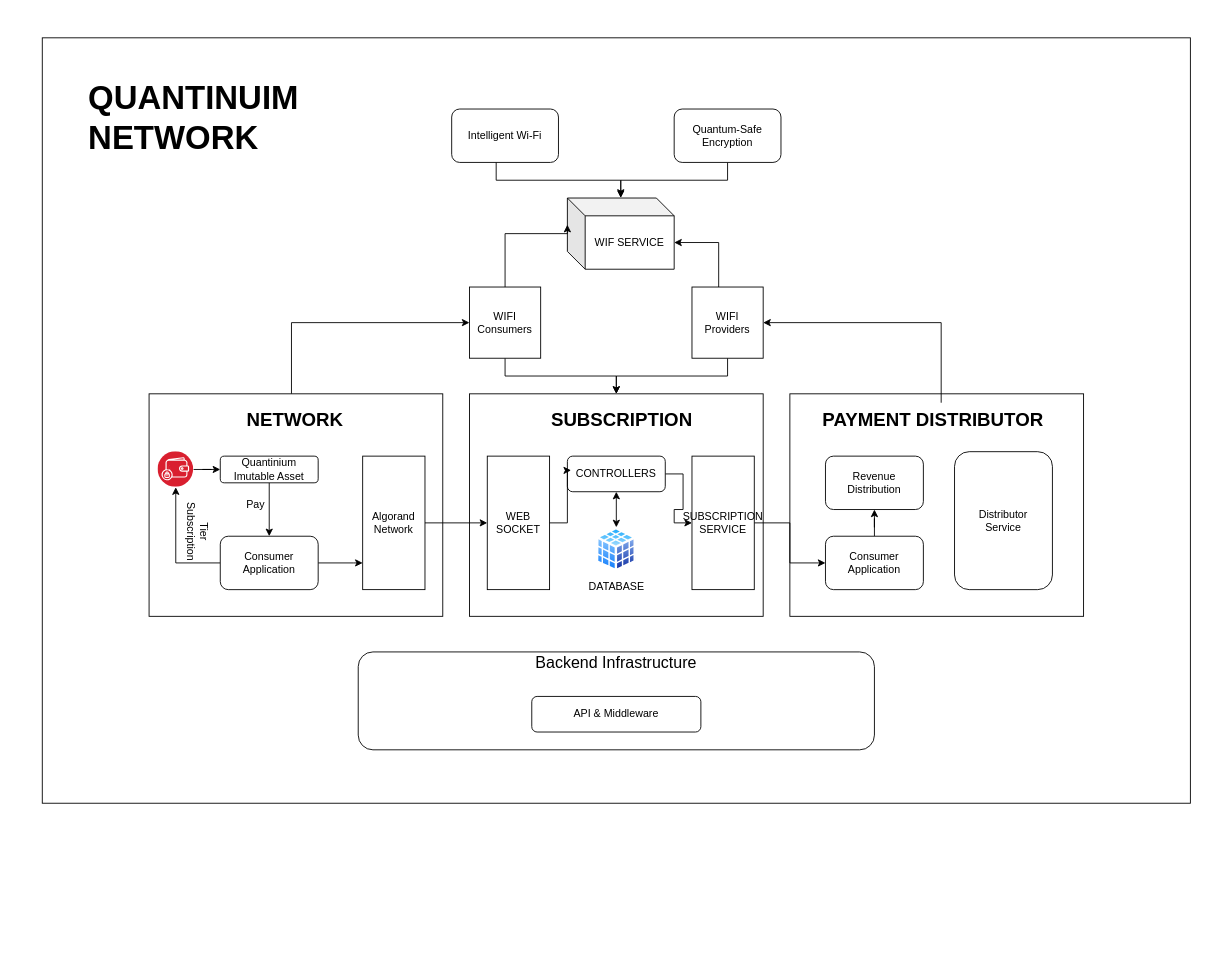
The draw.io diagram quantinium.drawio in ali-05-ahmed/Concept-Diagrams, before the edit. Source tidied: cells renumbered, new cells numbered last; positions are measured from the earlier drawing's top-left corner, leaving out a move shared by most shapes. Both pictures are drawn from the tidied source at 89%, with x=0, y=0 at pixel (42, 37).
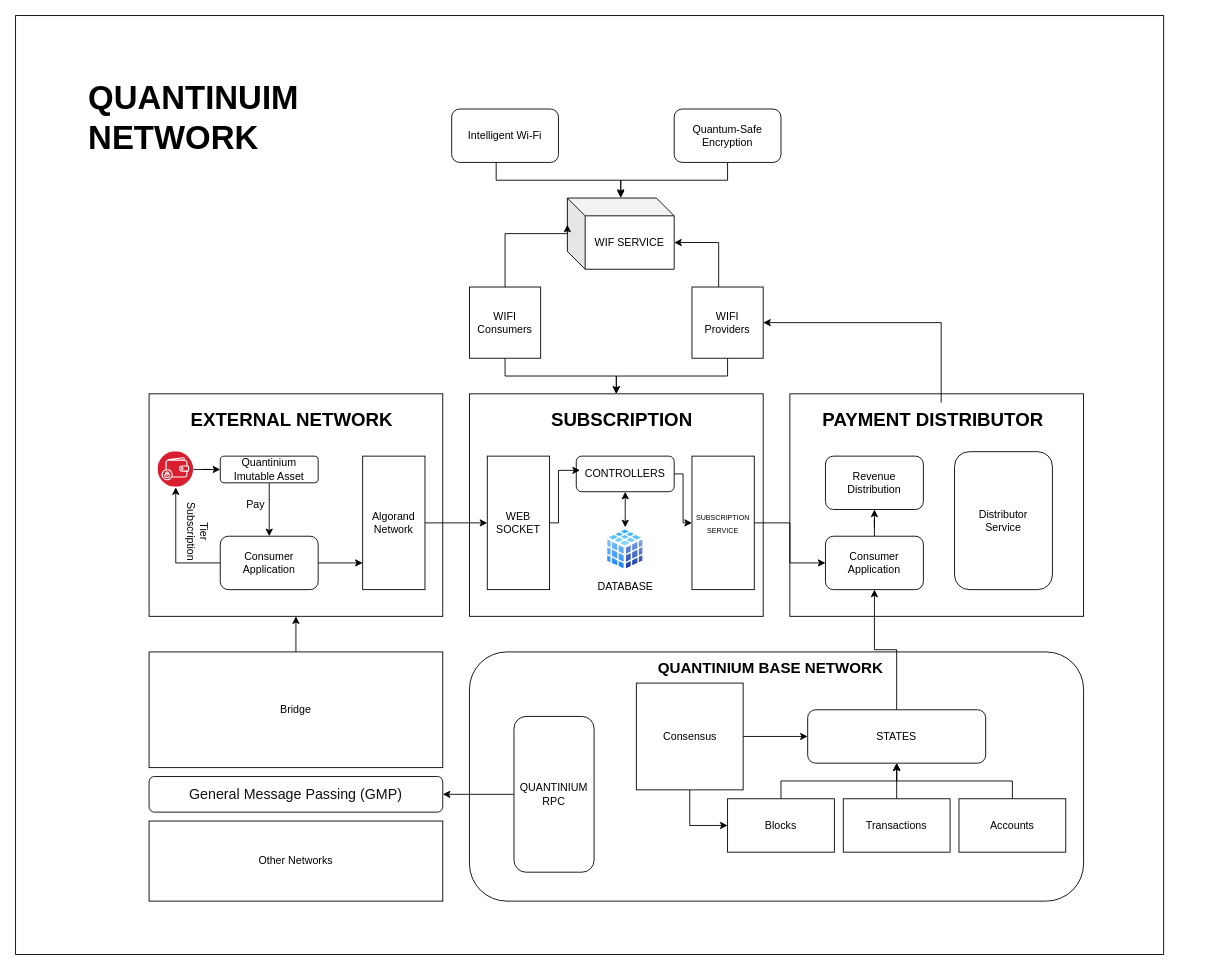
After the change.

Unchanged cells that the change refers to:
```xml
<mxCell id="11" value="WIFI&lt;br&gt;Consumers" style="whiteSpace=wrap;html=1;" parent="1" vertex="1">
  <mxGeometry x="480" y="280" width="80" height="80" as="geometry" />
</mxCell>
<mxCell id="15" style="rounded=0;whiteSpace=wrap;html=1;" parent="1" vertex="1">
  <mxGeometry x="120" y="400" width="330" height="250" as="geometry" />
</mxCell>
<mxCell id="33" value="WEB&lt;br&gt;SOCKET" style="rounded=0;whiteSpace=wrap;html=1;" parent="1" vertex="1">
  <mxGeometry x="500" y="470" width="70" height="150" as="geometry" />
</mxCell>
<mxCell id="42" value="Consumer Application" style="rounded=1;whiteSpace=wrap;html=1;" parent="1" vertex="1">
  <mxGeometry x="880" y="560" width="110" height="60" as="geometry" />
</mxCell>
```

The edit, as a diff of the source:
```diff
@@
     <mxCell id="2" style="rounded=0;whiteSpace=wrap;html=1;" parent="1" vertex="1">
-      <mxGeometry width="1290" height="860" as="geometry" />
+      <mxGeometry x="-30" y="-25" width="1290" height="1055" as="geometry" />
     </mxCell>
@@
-    <mxCell id="14" style="edgeStyle=orthogonalEdgeStyle;rounded=0;jettySize=auto;html=1;entryX=0;entryY=0.5;entryDx=0;entryDy=0;" parent="1" edge="1" source="15" target="11">
-      <mxGeometry relative="1" as="geometry">
-        <Array as="points">
-          <mxPoint x="280" y="320" />
-        </Array>
-      </mxGeometry>
-    </mxCell>
@@
-    <mxCell id="16" value="&lt;h1 style=&quot;margin-top: 0px; font-size: 21px;&quot;&gt;NETWORK&lt;/h1&gt;" style="text;html=1;whiteSpace=wrap;overflow=hidden;rounded=0;" parent="1" vertex="1">
-      <mxGeometry x="227.5" y="410" width="115" height="40" as="geometry" />
+    <mxCell id="16" value="&lt;h1 style=&quot;margin-top: 0px; font-size: 21px;&quot;&gt;EXTERNAL NETWORK&lt;/h1&gt;" style="text;html=1;whiteSpace=wrap;overflow=hidden;rounded=0;" parent="1" vertex="1">
+      <mxGeometry x="165" y="410" width="240" height="40" as="geometry" />
     </mxCell>
@@
     <mxCell id="34" value="DATABASE" style="image;perimeter=ellipsePerimeter;html=1;align=center;shadow=0;dashed=0;spacingTop=3;image=img/lib/active_directory/database_cube.svg;" parent="1" vertex="1">
-      <mxGeometry x="622.5" y="550" width="45" height="50" as="geometry" />
+      <mxGeometry x="632.5" y="550" width="45" height="50" as="geometry" />
     </mxCell>
@@
     <mxCell id="36" style="edgeStyle=orthogonalEdgeStyle;rounded=0;jettySize=auto;html=1;" parent="1" edge="1" source="37" target="39">
-      <mxGeometry relative="1" as="geometry" />
+      <mxGeometry relative="1" as="geometry">
+        <Array as="points">
+          <mxPoint x="720" y="490" />
+          <mxPoint x="720" y="545" />
+        </Array>
+      </mxGeometry>
     </mxCell>
     <mxCell id="37" value="CONTROLLERS" style="rounded=1;whiteSpace=wrap;html=1;" parent="1" vertex="1">
-      <mxGeometry x="590" y="470" width="110" height="40" as="geometry" />
+      <mxGeometry x="600" y="470" width="110" height="40" as="geometry" />
     </mxCell>
@@
-    <mxCell id="39" value="SUBSCRIPTION SERVICE" style="rounded=0;whiteSpace=wrap;html=1;" parent="1" vertex="1">
+    <mxCell id="39" value="&lt;font style=&quot;font-size: 8px;&quot;&gt;SUBSCRIPTION SERVICE&lt;/font&gt;" style="rounded=0;whiteSpace=wrap;html=1;" parent="1" vertex="1">
       <mxGeometry x="730" y="470" width="70" height="150" as="geometry" />
     </mxCell>
     <mxCell id="40" style="edgeStyle=orthogonalEdgeStyle;rounded=0;jettySize=auto;html=1;entryX=0.038;entryY=0.399;entryDx=0;entryDy=0;entryPerimeter=0;" parent="1" edge="1" source="33" target="37">
-      <mxGeometry relative="1" as="geometry" />
+      <mxGeometry relative="1" as="geometry">
+        <Array as="points">
+          <mxPoint x="580" y="545" />
+          <mxPoint x="580" y="486" />
+        </Array>
+      </mxGeometry>
     </mxCell>
@@
-    <mxCell id="45" value="&lt;font style=&quot;font-size: 18px;&quot;&gt;Backend Infrastructure&lt;br&gt;&lt;br&gt;&lt;br&gt;&lt;br&gt;&lt;br&gt;&lt;/font&gt;" style="rounded=1;whiteSpace=wrap;html=1;" parent="1" vertex="1">
-      <mxGeometry x="355" y="690" width="580" height="110" as="geometry" />
+    <mxCell id="45" value="&lt;font style=&quot;font-size: 18px;&quot;&gt;&lt;br&gt;&lt;br&gt;&lt;br&gt;&lt;/font&gt;" style="rounded=1;whiteSpace=wrap;html=1;" parent="1" vertex="1">
+      <mxGeometry x="480" y="690" width="690" height="280" as="geometry" />
     </mxCell>
-    <mxCell id="46" value="API &amp;amp; Middleware" style="rounded=1;whiteSpace=wrap;html=1;" parent="1" vertex="1">
-      <mxGeometry x="550" y="740" width="190" height="40" as="geometry" />
-    </mxCell>
@@
+    <mxCell id="48" style="edgeStyle=orthogonalEdgeStyle;rounded=0;jettySize=auto;html=1;entryX=0.5;entryY=1;entryDx=0;entryDy=0;" parent="1" edge="1" source="49" target="15">
+      <mxGeometry relative="1" as="geometry" />
+    </mxCell>
+    <mxCell id="49" value="Bridge" style="rounded=0;whiteSpace=wrap;html=1;" parent="1" vertex="1">
+      <mxGeometry x="120" y="690" width="330" height="130" as="geometry" />
+    </mxCell>
+    <mxCell id="50" value="&lt;span style=&quot;font-family: &amp;quot;Space Grotesk&amp;quot;, sans-serif; font-size: 16px; text-align: start;&quot;&gt;&lt;font style=&quot;&quot; color=&quot;#111111&quot;&gt;General Message Passing (GMP)&lt;/font&gt;&lt;/span&gt;" style="rounded=1;whiteSpace=wrap;html=1;" parent="1" vertex="1">
+      <mxGeometry x="120" y="830" width="330" height="40" as="geometry" />
+    </mxCell>
+    <mxCell id="51" value="Other Networks" style="rounded=0;whiteSpace=wrap;html=1;" parent="1" vertex="1">
+      <mxGeometry x="120" y="880" width="330" height="90" as="geometry" />
+    </mxCell>
+    <mxCell id="52" style="edgeStyle=orthogonalEdgeStyle;rounded=0;jettySize=auto;html=1;" parent="1" edge="1" source="53" target="50">
+      <mxGeometry relative="1" as="geometry" />
+    </mxCell>
+    <mxCell id="53" value="QUANTINIUM&lt;br&gt;RPC" style="rounded=1;whiteSpace=wrap;html=1;" parent="1" vertex="1">
+      <mxGeometry x="530" y="762.5" width="90" height="175" as="geometry" />
+    </mxCell>
+    <mxCell id="54" style="edgeStyle=orthogonalEdgeStyle;rounded=0;jettySize=auto;html=1;entryX=0.5;entryY=1;entryDx=0;entryDy=0;" parent="1" edge="1" source="55" target="42">
+      <mxGeometry relative="1" as="geometry" />
+    </mxCell>
+    <mxCell id="55" value="STATES" style="rounded=1;whiteSpace=wrap;html=1;" parent="1" vertex="1">
+      <mxGeometry x="860" y="755" width="200" height="60" as="geometry" />
+    </mxCell>
+    <mxCell id="56" style="edgeStyle=orthogonalEdgeStyle;rounded=0;jettySize=auto;html=1;entryX=0;entryY=0.5;entryDx=0;entryDy=0;" parent="1" edge="1" source="58" target="55">
+      <mxGeometry relative="1" as="geometry" />
+    </mxCell>
+    <mxCell id="57" style="edgeStyle=orthogonalEdgeStyle;rounded=0;jettySize=auto;html=1;entryX=0;entryY=0.5;entryDx=0;entryDy=0;" parent="1" edge="1" source="58" target="64">
+      <mxGeometry relative="1" as="geometry" />
+    </mxCell>
+    <mxCell id="58" value="Consensus" style="whiteSpace=wrap;html=1;" parent="1" vertex="1">
+      <mxGeometry x="667.5" y="725" width="120" height="120" as="geometry" />
+    </mxCell>
+    <mxCell id="59" style="edgeStyle=orthogonalEdgeStyle;rounded=0;jettySize=auto;html=1;entryX=0.5;entryY=1;entryDx=0;entryDy=0;" parent="1" edge="1" source="60" target="55">
+      <mxGeometry relative="1" as="geometry" />
+    </mxCell>
+    <mxCell id="60" value="Accounts" style="rounded=0;whiteSpace=wrap;html=1;" parent="1" vertex="1">
+      <mxGeometry x="1030" y="855" width="120" height="60" as="geometry" />
+    </mxCell>
+    <mxCell id="61" style="edgeStyle=orthogonalEdgeStyle;rounded=0;jettySize=auto;html=1;" parent="1" edge="1" source="62" target="55">
+      <mxGeometry relative="1" as="geometry" />
+    </mxCell>
+    <mxCell id="62" value="Transactions" style="rounded=0;whiteSpace=wrap;html=1;" parent="1" vertex="1">
+      <mxGeometry x="900" y="855" width="120" height="60" as="geometry" />
+    </mxCell>
+    <mxCell id="63" style="edgeStyle=orthogonalEdgeStyle;rounded=0;jettySize=auto;html=1;" parent="1" edge="1" source="64" target="55">
+      <mxGeometry relative="1" as="geometry" />
+    </mxCell>
+    <mxCell id="64" value="Blocks" style="rounded=0;whiteSpace=wrap;html=1;" parent="1" vertex="1">
+      <mxGeometry x="770" y="855" width="120" height="60" as="geometry" />
+    </mxCell>
+    <mxCell id="65" value="&lt;h1 style=&quot;margin-top: 0px;&quot;&gt;&lt;span style=&quot;background-color: initial;&quot;&gt;&lt;font style=&quot;font-size: 17px;&quot;&gt;QUANTINIUM BASE NETWORK&lt;/font&gt;&lt;/span&gt;&lt;br&gt;&lt;/h1&gt;" style="text;html=1;whiteSpace=wrap;overflow=hidden;rounded=0;" parent="1" vertex="1">
+      <mxGeometry x="690" y="685" width="370" height="40" as="geometry" />
+    </mxCell>
```
